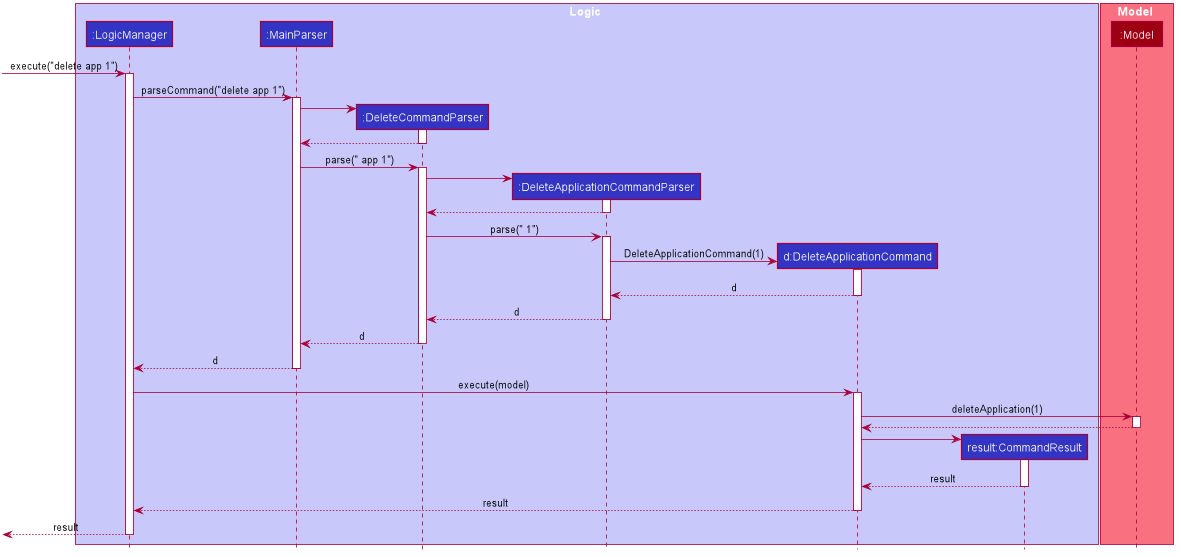
Above: docs/images/DeleteSequenceDiagram.png in shawn-nyk/tp (PlantUML), before the change.
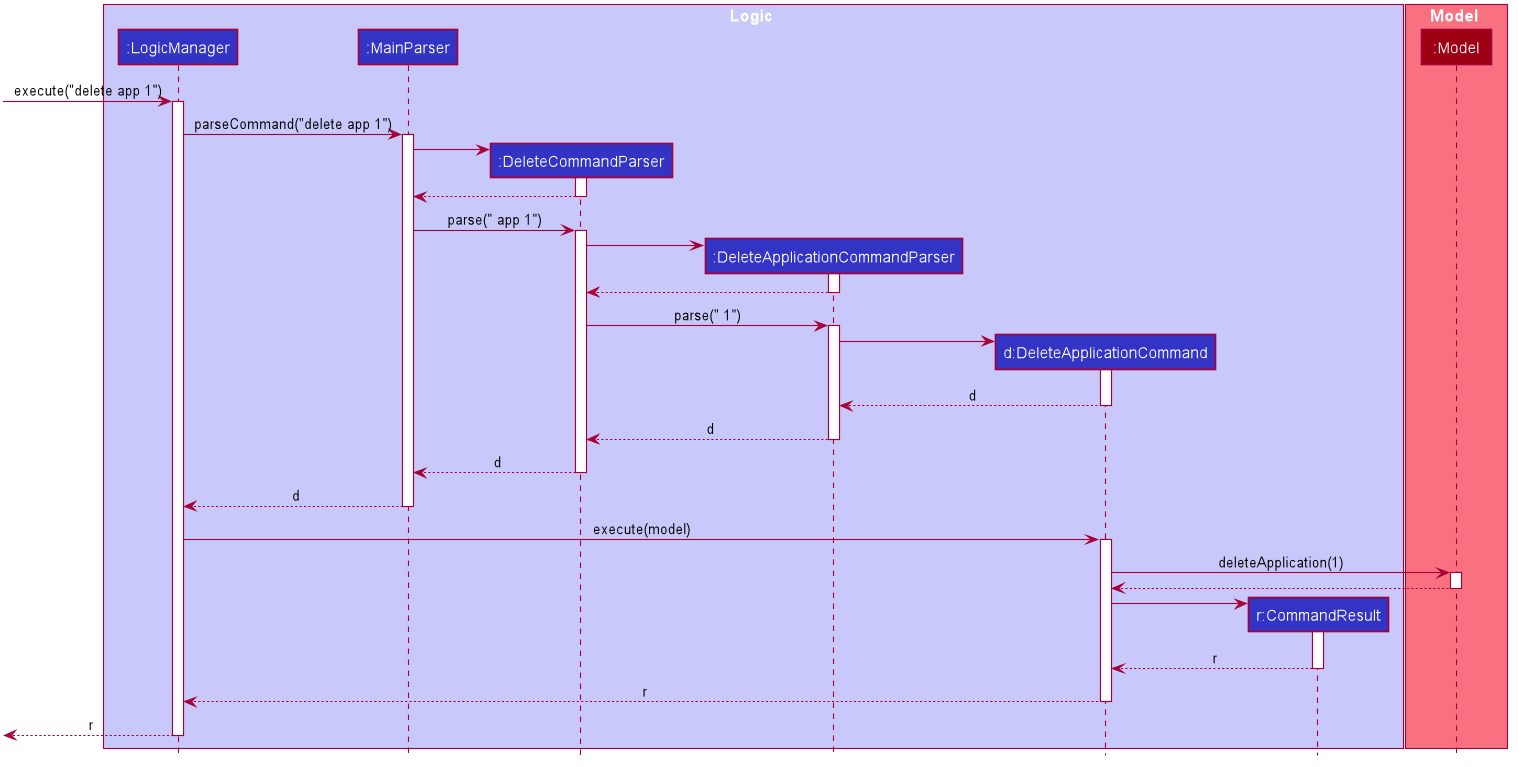
Above is the later version.

Commit message:
Update delete sequence diagram image in developer guide

Diff of the diagram source:
```diff
@@ -55,7 +55,7 @@
 participant ":DeleteCommandParser" as DeleteCommandParser #3333C4
 participant ":DeleteApplicationCommandParser" as DeleteApplicationCommandParser #3333C4
 participant "d:DeleteApplicationCommand" as DeleteApplicationCommand #3333C4
-participant "result:CommandResult" as CommandResult #3333C4
+participant "r:CommandResult" as CommandResult #3333C4
 end box
 
 box Model #F97181
@@ -89,7 +89,7 @@
 activate DeleteApplicationCommandParser
 
 create DeleteApplicationCommand
-DeleteApplicationCommandParser -> DeleteApplicationCommand : DeleteApplicationCommand(1)
+DeleteApplicationCommandParser -> DeleteApplicationCommand
 activate DeleteApplicationCommand
 
 DeleteApplicationCommand --> DeleteApplicationCommandParser : d
@@ -117,12 +117,12 @@
 DeleteApplicationCommand -> CommandResult
 activate CommandResult
 
-CommandResult --> DeleteApplicationCommand : result
+CommandResult --> DeleteApplicationCommand : r
 deactivate CommandResult
 
-DeleteApplicationCommand --> LogicManager : result
+DeleteApplicationCommand --> LogicManager : r
 deactivate DeleteApplicationCommand
 
-[<--LogicManager : result
+[<--LogicManager : r
 deactivate LogicManager
 @enduml
```
